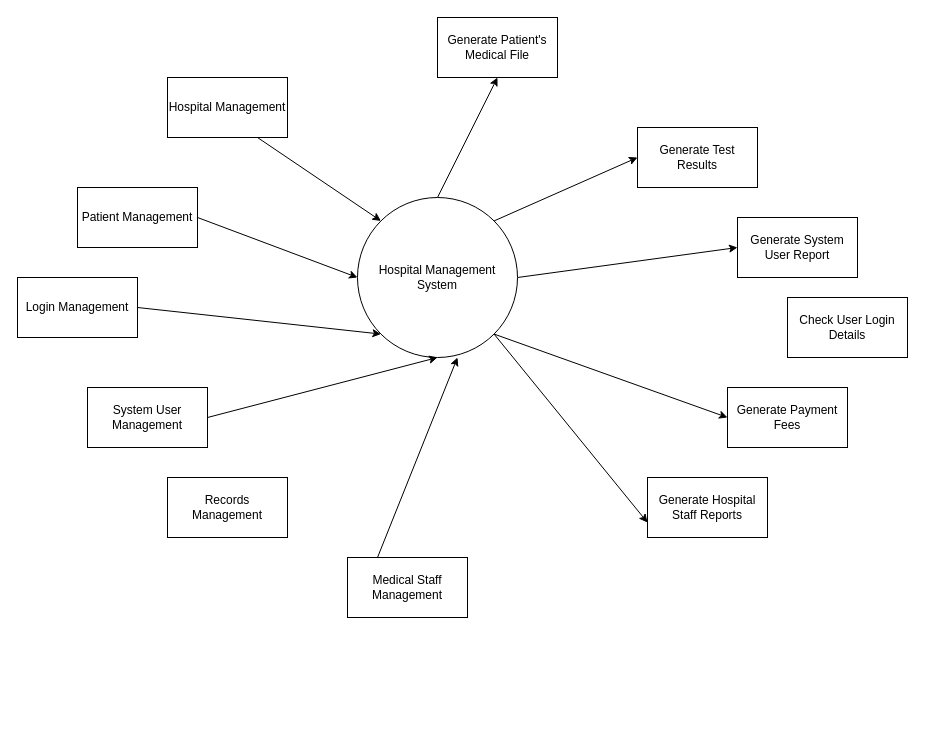
Before: 1.levelDFD.drawio in DarliSelita/HospiWare, a draw.io diagram. Source tidied: cells renumbered, new cells numbered last; positions are measured from the earlier drawing's top-left corner, leaving out a move shared by most shapes. Both pictures are drawn from the tidied source at 100%, with x=0, y=0 at pixel (17, 17).
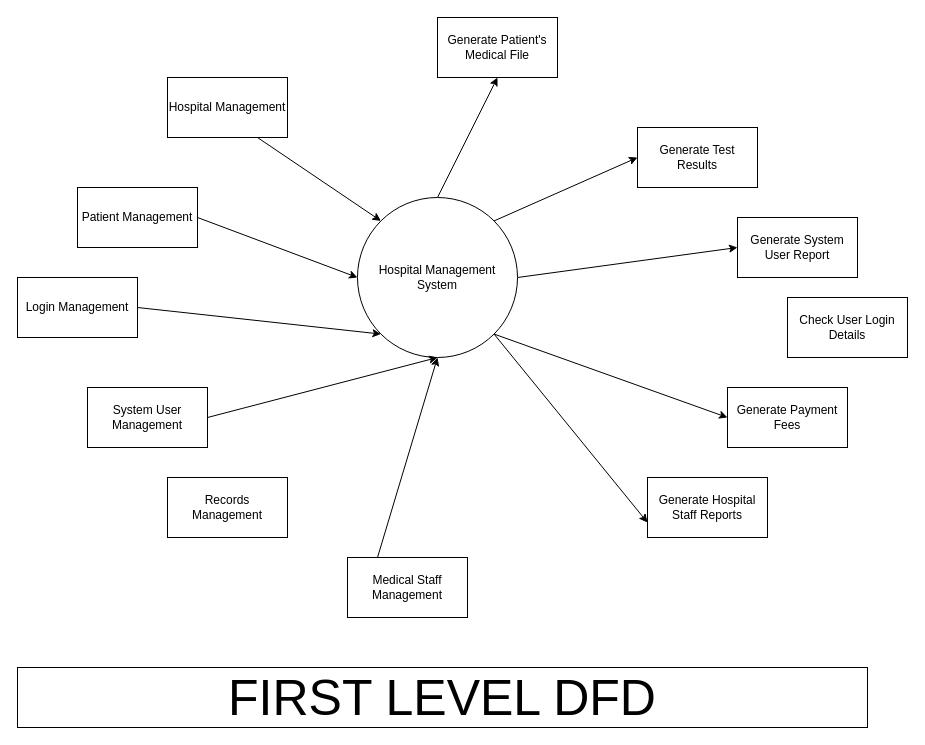
After the change.

Unchanged cells that the change refers to:
```xml
<mxCell id="7" value="Hospital Management System" style="ellipse;whiteSpace=wrap;html=1;" parent="1" vertex="1">
  <mxGeometry x="340" y="180" width="160" height="160" as="geometry" />
</mxCell>
<mxCell id="14" value="Medical Staff Management" style="rounded=0;whiteSpace=wrap;html=1;" parent="1" vertex="1">
  <mxGeometry x="330" y="540" width="120" height="60" as="geometry" />
</mxCell>
```

Change to the diagram source:
```diff
@@
-    <mxCell id="13" style="edgeStyle=none;rounded=0;jettySize=auto;html=1;exitX=0.25;exitY=0;exitDx=0;exitDy=0;" parent="1" edge="1" source="14">
-      <mxGeometry relative="1" as="geometry">
-        <mxPoint x="440" y="340" as="targetPoint" />
-      </mxGeometry>
+    <mxCell id="13" style="edgeStyle=none;rounded=0;jettySize=auto;html=1;exitX=0.25;exitY=0;exitDx=0;exitDy=0;entryX=0.5;entryY=1;entryDx=0;entryDy=0;" parent="1" edge="1" source="14" target="7">
+      <mxGeometry relative="1" as="geometry" />
     </mxCell>
@@
+    <mxCell id="25" value="&lt;font style=&quot;font-size: 50px;&quot;&gt;FIRST LEVEL DFD&lt;/font&gt;" style="rounded=0;whiteSpace=wrap;html=1;" parent="1" vertex="1">
+      <mxGeometry y="650" width="850" height="60" as="geometry" />
+    </mxCell>
```
